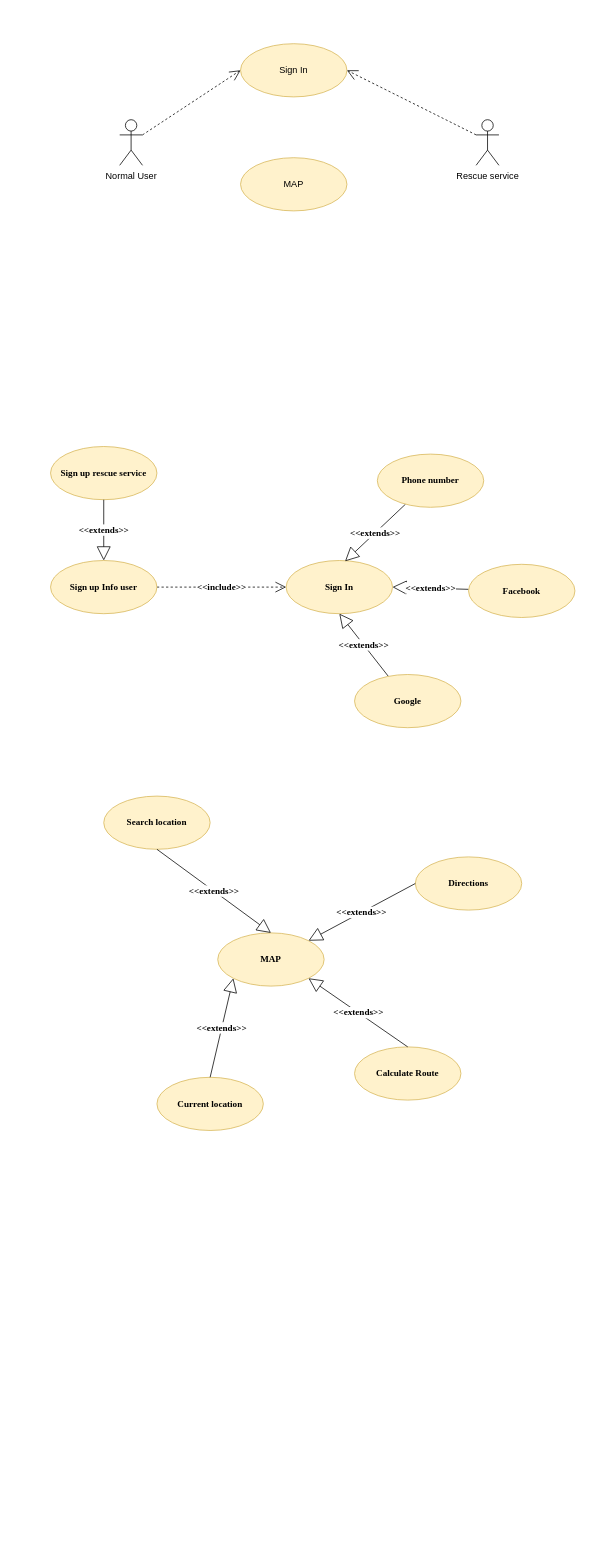
Before: Untitled Diagram.drawio in dunguyen-3112/dunguyen-3112, a draw.io diagram. Source tidied: cells renumbered, new cells numbered last; positions are measured from the earlier drawing's top-left corner, leaving out a move shared by most shapes. Both pictures are drawn from the tidied source at 76%, with x=0, y=0 at pixel (50, 43).
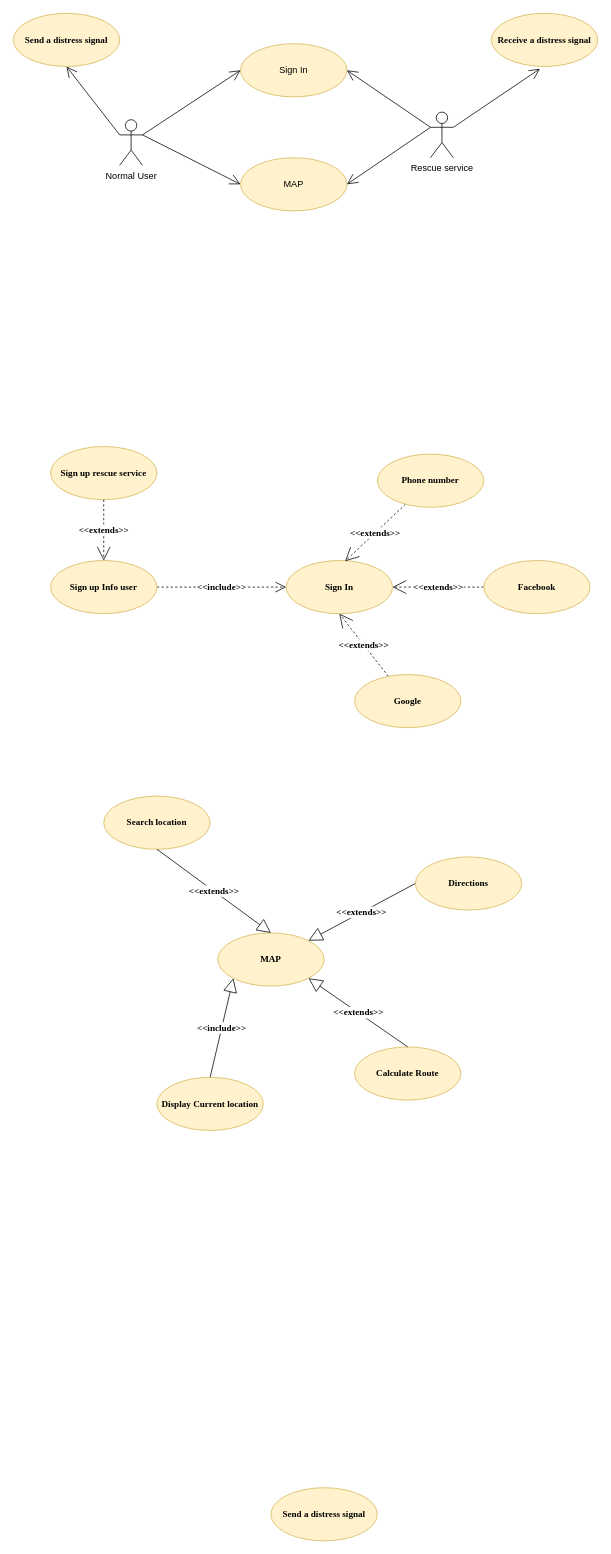
The same page after the edit.

The change refers to these unchanged cells:
```xml
<mxCell id="2" value="Normal User" style="shape=umlActor;verticalLabelPosition=bottom;verticalAlign=top;html=1;outlineConnect=0;" parent="1" vertex="1">
  <mxGeometry x="91" y="100" width="30" height="60" as="geometry" />
</mxCell>
<mxCell id="3" value="Sign In" style="ellipse;whiteSpace=wrap;html=1;fillColor=#fff2cc;strokeColor=#d6b656;" parent="1" vertex="1">
  <mxGeometry x="250" width="140" height="70" as="geometry" />
</mxCell>
<mxCell id="5" value="&lt;b&gt;&lt;font face=&quot;Times New Roman&quot;&gt;Sign In&lt;/font&gt;&lt;/b&gt;" style="ellipse;whiteSpace=wrap;html=1;fillColor=#fff2cc;strokeColor=#d6b656;" parent="1" vertex="1">
  <mxGeometry x="310" y="680" width="140" height="70" as="geometry" />
</mxCell>
<mxCell id="9" value="&lt;b&gt;&lt;font face=&quot;Times New Roman&quot;&gt;Phone number&lt;/font&gt;&lt;/b&gt;" style="ellipse;whiteSpace=wrap;html=1;fillColor=#fff2cc;strokeColor=#d6b656;" parent="1" vertex="1">
  <mxGeometry x="430" y="540" width="140" height="70" as="geometry" />
</mxCell>
<mxCell id="11" value="&lt;font face=&quot;Times New Roman&quot; style=&quot;font-size: 12px;&quot;&gt;&lt;b&gt;Google&lt;/b&gt;&lt;/font&gt;" style="ellipse;whiteSpace=wrap;html=1;fillColor=#fff2cc;strokeColor=#d6b656;" parent="1" vertex="1">
  <mxGeometry x="400" y="830" width="140" height="70" as="geometry" />
</mxCell>
<mxCell id="13" value="&lt;b&gt;&lt;font face=&quot;Times New Roman&quot;&gt;Sign up Info user&lt;/font&gt;&lt;/b&gt;" style="ellipse;whiteSpace=wrap;html=1;fillColor=#fff2cc;strokeColor=#d6b656;" parent="1" vertex="1">
  <mxGeometry y="680" width="140" height="70" as="geometry" />
</mxCell>
<mxCell id="14" value="&lt;b&gt;&lt;font face=&quot;Times New Roman&quot;&gt;Sign up&amp;nbsp;&lt;/font&gt;&lt;/b&gt;&lt;font face=&quot;Times New Roman&quot;&gt;&lt;b&gt;rescue service&lt;/b&gt;&lt;/font&gt;" style="ellipse;whiteSpace=wrap;html=1;fillColor=#fff2cc;strokeColor=#d6b656;" parent="1" vertex="1">
  <mxGeometry y="530" width="140" height="70" as="geometry" />
</mxCell>
<mxCell id="18" value="MAP" style="ellipse;whiteSpace=wrap;html=1;fillColor=#fff2cc;strokeColor=#d6b656;" parent="1" vertex="1">
  <mxGeometry x="250" y="150" width="140" height="70" as="geometry" />
</mxCell>
<mxCell id="19" value="&lt;font face=&quot;Times New Roman&quot;&gt;&lt;b&gt;MAP&lt;/b&gt;&lt;/font&gt;" style="ellipse;whiteSpace=wrap;html=1;fillColor=#fff2cc;strokeColor=#d6b656;" parent="1" vertex="1">
  <mxGeometry x="220" y="1170" width="140" height="70" as="geometry" />
</mxCell>
```

Change to the diagram source:
```diff
@@
-    <mxCell id="4" style="endArrow=open;endSize=12;dashed=1;html=1;rounded=0;exitX=1;exitY=0.3333333333333333;exitDx=0;exitDy=0;exitPerimeter=0;entryX=0;entryY=0.5;entryDx=0;entryDy=0;" parent="1" edge="1" source="2" target="3">
+    <mxCell id="4" style="endArrow=open;endSize=12;html=1;rounded=0;exitX=1;exitY=0.3333333333333333;exitDx=0;exitDy=0;exitPerimeter=0;entryX=0;entryY=0.5;entryDx=0;entryDy=0;" parent="1" edge="1" source="2" target="3">
       <mxGeometry relative="1" as="geometry" />
     </mxCell>
@@
-    <mxCell id="6" value="&lt;b style=&quot;border-color: var(--border-color);&quot;&gt;&lt;font style=&quot;border-color: var(--border-color); font-size: 12px;&quot; face=&quot;Times New Roman&quot;&gt;&amp;lt;&amp;lt;extends&amp;gt;&amp;gt;&lt;/font&gt;&lt;/b&gt;" style="endArrow=block;endSize=16;endFill=0;html=1;rounded=0;entryX=1;entryY=0.5;entryDx=0;entryDy=0;" parent="1" edge="1" source="7" target="5">
+    <mxCell id="6" value="&lt;b style=&quot;border-color: var(--border-color);&quot;&gt;&lt;font style=&quot;border-color: var(--border-color); font-size: 12px;&quot; face=&quot;Times New Roman&quot;&gt;&amp;lt;&amp;lt;extends&amp;gt;&amp;gt;&lt;/font&gt;&lt;/b&gt;" style="endArrow=open;endSize=16;endFill=0;html=1;rounded=0;entryX=1;entryY=0.5;entryDx=0;entryDy=0;dashed=1;" parent="1" edge="1" source="7" target="5">
       <mxGeometry relative="1" as="geometry" />
     </mxCell>
     <mxCell id="7" value="&lt;font face=&quot;Times New Roman&quot;&gt;&lt;b&gt;Facebook&lt;/b&gt;&lt;/font&gt;" style="ellipse;whiteSpace=wrap;html=1;fillColor=#fff2cc;strokeColor=#d6b656;" parent="1" vertex="1">
-      <mxGeometry x="550" y="685" width="140" height="70" as="geometry" />
+      <mxGeometry x="570" y="680" width="140" height="70" as="geometry" />
     </mxCell>
-    <mxCell id="8" value="&lt;b&gt;&lt;font face=&quot;Times New Roman&quot; style=&quot;font-size: 12px;&quot;&gt;&amp;lt;&amp;lt;extends&amp;gt;&amp;gt;&lt;/font&gt;&lt;/b&gt;" style="endArrow=block;endSize=16;endFill=0;html=1;rounded=0;entryX=0.554;entryY=0.014;entryDx=0;entryDy=0;entryPerimeter=0;" parent="1" edge="1" source="9" target="5">
+    <mxCell id="8" value="&lt;b&gt;&lt;font face=&quot;Times New Roman&quot; style=&quot;font-size: 12px;&quot;&gt;&amp;lt;&amp;lt;extends&amp;gt;&amp;gt;&lt;/font&gt;&lt;/b&gt;" style="endArrow=open;endSize=16;endFill=0;html=1;rounded=0;entryX=0.554;entryY=0.014;entryDx=0;entryDy=0;entryPerimeter=0;dashed=1;" parent="1" edge="1" source="9" target="5">
       <mxGeometry relative="1" as="geometry" />
     </mxCell>
@@
-    <mxCell id="10" value="&lt;b style=&quot;border-color: var(--border-color);&quot;&gt;&lt;font style=&quot;border-color: var(--border-color); font-size: 12px;&quot; face=&quot;Times New Roman&quot;&gt;&amp;lt;&amp;lt;extends&amp;gt;&amp;gt;&lt;/font&gt;&lt;/b&gt;" style="endArrow=block;endSize=16;endFill=0;html=1;rounded=0;entryX=0.5;entryY=1;entryDx=0;entryDy=0;" parent="1" edge="1" source="11" target="5">
+    <mxCell id="10" value="&lt;b style=&quot;border-color: var(--border-color);&quot;&gt;&lt;font style=&quot;border-color: var(--border-color); font-size: 12px;&quot; face=&quot;Times New Roman&quot;&gt;&amp;lt;&amp;lt;extends&amp;gt;&amp;gt;&lt;/font&gt;&lt;/b&gt;" style="endArrow=open;endSize=16;endFill=0;html=1;rounded=0;entryX=0.5;entryY=1;entryDx=0;entryDy=0;dashed=1;" parent="1" edge="1" source="11" target="5">
       <mxGeometry relative="1" as="geometry" />
     </mxCell>
@@
-    <mxCell id="15" value="&lt;b&gt;&lt;font face=&quot;Times New Roman&quot; style=&quot;font-size: 12px;&quot;&gt;&amp;lt;&amp;lt;extends&amp;gt;&amp;gt;&lt;/font&gt;&lt;/b&gt;" style="endArrow=block;endSize=16;endFill=0;html=1;rounded=0;exitX=0.5;exitY=1;exitDx=0;exitDy=0;" parent="1" edge="1" source="14" target="13">
+    <mxCell id="15" value="&lt;b&gt;&lt;font face=&quot;Times New Roman&quot; style=&quot;font-size: 12px;&quot;&gt;&amp;lt;&amp;lt;extends&amp;gt;&amp;gt;&lt;/font&gt;&lt;/b&gt;" style="endArrow=open;endSize=16;endFill=0;html=1;rounded=0;exitX=0.5;exitY=1;exitDx=0;exitDy=0;dashed=1;" parent="1" edge="1" source="14" target="13">
       <mxGeometry relative="1" as="geometry" />
     </mxCell>
     <mxCell id="16" value="Rescue service" style="shape=umlActor;verticalLabelPosition=bottom;verticalAlign=top;html=1;" parent="1" vertex="1">
-      <mxGeometry x="560" y="100" width="30" height="60" as="geometry" />
+      <mxGeometry x="500" y="90" width="30" height="60" as="geometry" />
     </mxCell>
-    <mxCell id="17" style="endArrow=open;endSize=12;dashed=1;html=1;rounded=0;exitX=0;exitY=0.3333333333333333;exitDx=0;exitDy=0;exitPerimeter=0;entryX=1;entryY=0.5;entryDx=0;entryDy=0;" parent="1" edge="1" source="16" target="3">
-      <mxGeometry relative="1" as="geometry">
-        <Array as="points">
-          <mxPoint x="480" y="80" />
-        </Array>
-      </mxGeometry>
-    </mxCell>
@@
-    <mxCell id="20" value="&lt;b&gt;&lt;font face=&quot;Times New Roman&quot;&gt;Current location&lt;/font&gt;&lt;/b&gt;" style="ellipse;whiteSpace=wrap;html=1;fillColor=#fff2cc;strokeColor=#d6b656;" parent="1" vertex="1">
+    <mxCell id="20" value="&lt;b&gt;&lt;font face=&quot;Times New Roman&quot;&gt;Display Current location&lt;/font&gt;&lt;/b&gt;" style="ellipse;whiteSpace=wrap;html=1;fillColor=#fff2cc;strokeColor=#d6b656;" parent="1" vertex="1">
       <mxGeometry x="140" y="1360" width="140" height="70" as="geometry" />
     </mxCell>
-    <mxCell id="21" value="&lt;b style=&quot;border-color: var(--border-color);&quot;&gt;&lt;font style=&quot;border-color: var(--border-color); font-size: 12px;&quot; face=&quot;Times New Roman&quot;&gt;&amp;lt;&amp;lt;extends&amp;gt;&amp;gt;&lt;/font&gt;&lt;/b&gt;" style="endArrow=block;endSize=16;endFill=0;html=1;rounded=0;exitX=0.5;exitY=0;exitDx=0;exitDy=0;entryX=0;entryY=1;entryDx=0;entryDy=0;" parent="1" edge="1" source="20" target="19">
+    <mxCell id="21" value="&lt;b style=&quot;border-color: var(--border-color);&quot;&gt;&lt;font style=&quot;border-color: var(--border-color); font-size: 12px;&quot; face=&quot;Times New Roman&quot;&gt;&amp;lt;&amp;lt;include&amp;gt;&amp;gt;&lt;/font&gt;&lt;/b&gt;" style="endArrow=block;endSize=16;endFill=0;html=1;rounded=0;exitX=0.5;exitY=0;exitDx=0;exitDy=0;entryX=0;entryY=1;entryDx=0;entryDy=0;" parent="1" edge="1" source="20" target="19">
       <mxGeometry relative="1" as="geometry" />
     </mxCell>
@@
+    <mxCell id="28" style="endArrow=open;endSize=12;html=1;rounded=0;exitX=1;exitY=0.3333333333333333;exitDx=0;exitDy=0;exitPerimeter=0;entryX=0;entryY=0.5;entryDx=0;entryDy=0;" parent="1" edge="1" source="2" target="18">
+      <mxGeometry relative="1" as="geometry" />
+    </mxCell>
+    <mxCell id="29" value="&lt;b&gt;&lt;font face=&quot;Times New Roman&quot;&gt;Send a distress signal&lt;/font&gt;&lt;/b&gt;" style="ellipse;whiteSpace=wrap;html=1;fillColor=#fff2cc;strokeColor=#d6b656;" parent="1" vertex="1">
+      <mxGeometry x="-49" y="-40" width="140" height="70" as="geometry" />
+    </mxCell>
+    <mxCell id="30" value="&lt;font face=&quot;Times New Roman&quot;&gt;&lt;b&gt;Receive a distress signal&lt;/b&gt;&lt;/font&gt;" style="ellipse;whiteSpace=wrap;html=1;fillColor=#fff2cc;strokeColor=#d6b656;" parent="1" vertex="1">
+      <mxGeometry x="580" y="-40" width="140" height="70" as="geometry" />
+    </mxCell>
+    <mxCell id="31" style="endArrow=open;endSize=12;html=1;rounded=0;entryX=0.457;entryY=1.043;entryDx=0;entryDy=0;exitX=1;exitY=0.3333333333333333;exitDx=0;exitDy=0;exitPerimeter=0;entryPerimeter=0;" parent="1" edge="1" source="16" target="30">
+      <mxGeometry relative="1" as="geometry" />
+    </mxCell>
+    <mxCell id="32" value="&lt;b&gt;&lt;font face=&quot;Times New Roman&quot;&gt;Send a distress signal&lt;/font&gt;&lt;/b&gt;" style="ellipse;whiteSpace=wrap;html=1;fillColor=#fff2cc;strokeColor=#d6b656;" parent="1" vertex="1">
+      <mxGeometry x="290" y="1900" width="140" height="70" as="geometry" />
+    </mxCell>
+    <mxCell id="33" style="endArrow=open;endFill=1;endSize=12;html=1;rounded=0;entryX=0.5;entryY=1;entryDx=0;entryDy=0;exitX=0;exitY=0.3333333333333333;exitDx=0;exitDy=0;exitPerimeter=0;" parent="1" edge="1" source="2" target="29">
+      <mxGeometry relative="1" as="geometry" />
+    </mxCell>
+    <mxCell id="34" style="endArrow=open;endSize=12;html=1;rounded=0;entryX=1;entryY=0.5;entryDx=0;entryDy=0;" parent="1" edge="1" target="18">
+      <mxGeometry relative="1" as="geometry">
+        <mxPoint x="500" y="110" as="sourcePoint" />
+      </mxGeometry>
+    </mxCell>
+    <mxCell id="17" style="endArrow=open;endSize=12;html=1;rounded=0;entryX=1;entryY=0.5;entryDx=0;entryDy=0;exitX=0;exitY=0.3333333333333333;exitDx=0;exitDy=0;exitPerimeter=0;" parent="1" edge="1" source="16" target="3">
+      <mxGeometry relative="1" as="geometry" />
+    </mxCell>
```
